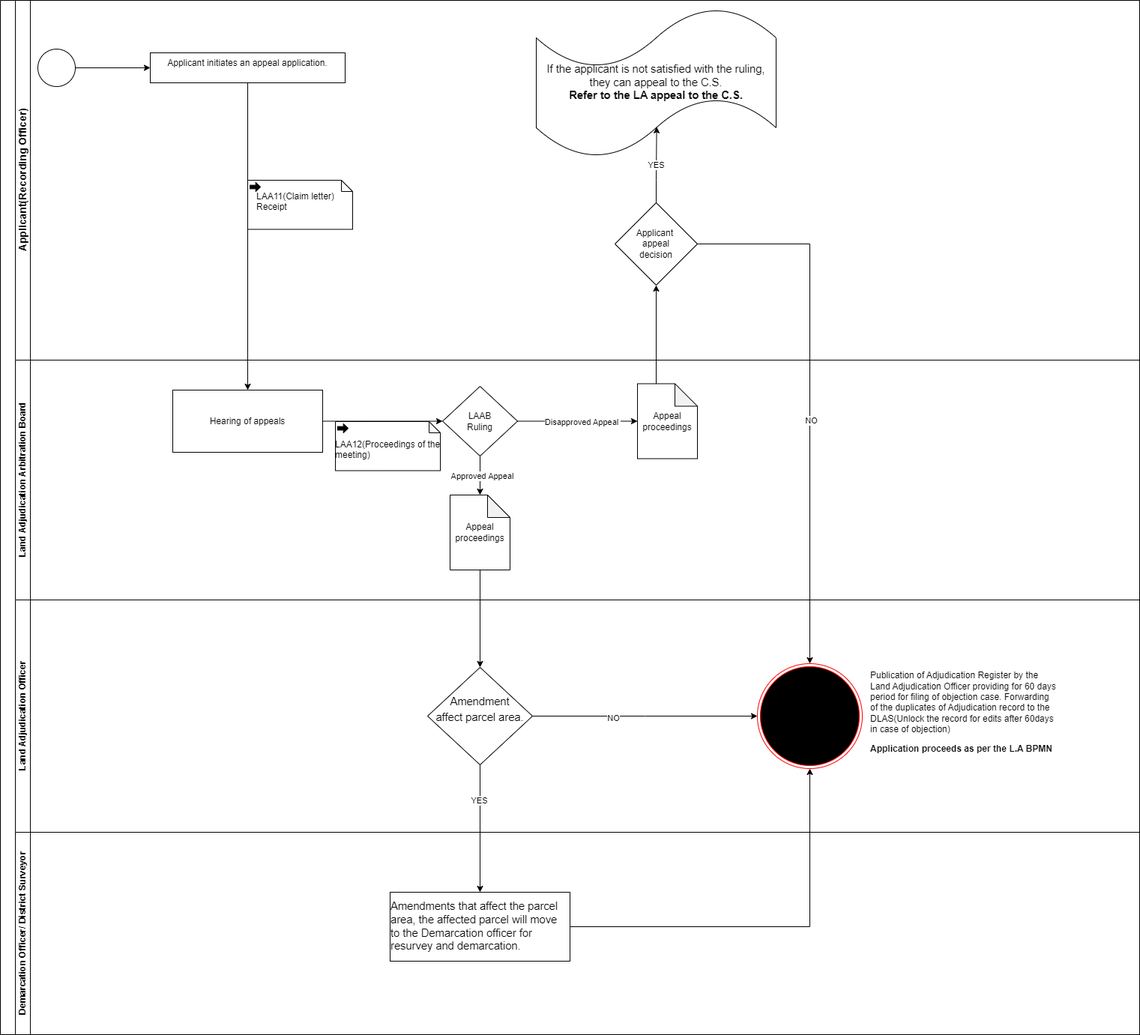
Above: Land Adjudication Appeal to the LAAB.drawio.png in geoprojectke/BPMN (draw.io), before the change. Source tidied: cells renumbered, new cells last; positions are measured from the earlier drawing's top-left corner, leaving out a move shared by most shapes.
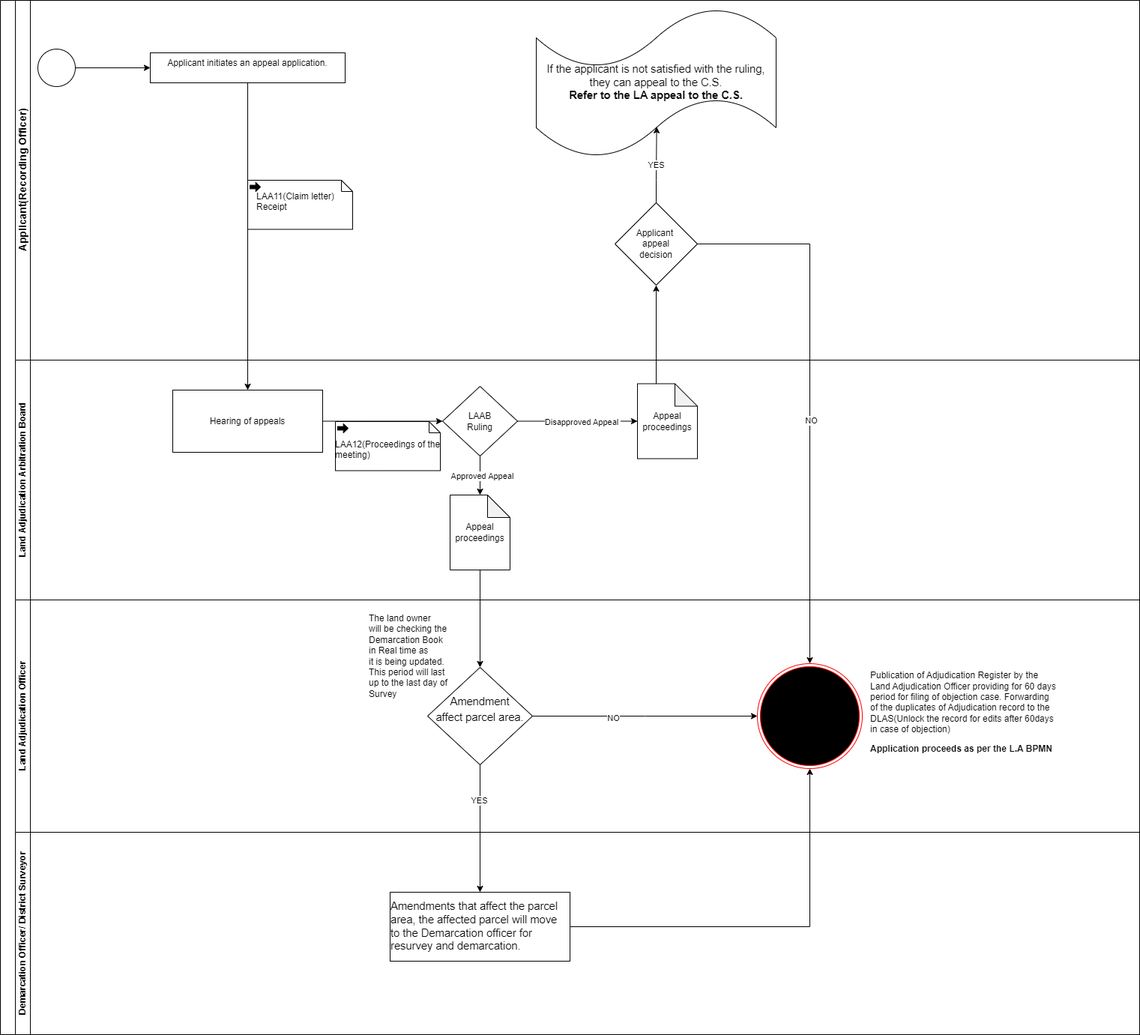
The same diagram one commit later.

Change to the diagram source:
```diff
@@ -91,6 +91,9 @@
     <mxCell id="30" style="ellipse;html=1;shape=endState;fillColor=#000000;strokeColor=#ff0000;" parent="25" vertex="1">
       <mxGeometry x="990" y="85" width="140" height="140" as="geometry" />
     </mxCell>
+    <mxCell id="43" value="The land owner&lt;div&gt;will be checking the&lt;/div&gt;&lt;div&gt;Demarcation Book&lt;/div&gt;&lt;div&gt;in Real time as&lt;/div&gt;&lt;div&gt;it is being updated.&amp;nbsp;&lt;/div&gt;&lt;div&gt;This period will last&lt;/div&gt;&lt;div&gt;up to the last day of&lt;/div&gt;&lt;div&gt;Survey&amp;nbsp;&lt;/div&gt;" style="text;html=1;align=left;verticalAlign=middle;strokeColor=none;fillColor=none;" parent="25" vertex="1">
+      <mxGeometry x="470" y="10" width="130" height="130" as="geometry" />
+    </mxCell>
     <mxCell id="31" value="Demarcation Officer/ District Surveyor" style="swimlane;html=1;startSize=20;horizontal=0;" parent="2" vertex="1">
       <mxGeometry x="20" y="1110" width="1500" height="270" as="geometry" />
     </mxCell>
```
